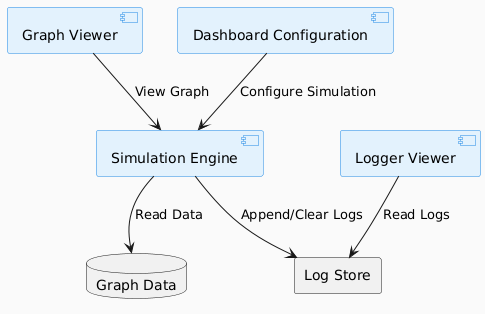
Before: Meilenstein_3_4_Endabgabe/subfiles/Entwicklung_und_Dimensionierung_subfiles/Informatik_subfiles/fig_Simulation/SimulatorKomponentenDiagramm.png, a diagram exported from PlantUML (JulesBischof/PREN1_Doku). Its diagram source:
```plantuml
@startuml
skinparam componentStyle uml
skinparam backgroundColor #FAFAFA
skinparam component {
    BackgroundColor #E3F2FD
    BorderColor #1E88E5
    FontColor black
    FontSize 14
}

component "Graph Viewer" as GraphViewer
component "Dashboard Configuration" as DashboardConfig
component "Logger Viewer" as LoggerViewer
component "Simulation Engine" as SimulationEngine

database "Graph Data" as GraphData
rectangle "Log Store" as LogStore

GraphViewer --> SimulationEngine : View Graph
DashboardConfig --> SimulationEngine : Configure Simulation
SimulationEngine --> GraphData : Read Data
SimulationEngine --> LogStore : Append/Clear Logs
LoggerViewer --> LogStore : Read Logs
@enduml
```
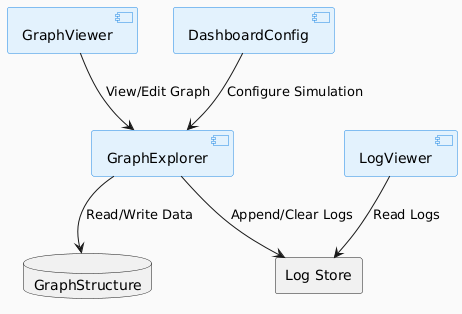
After the change.

Commit message:
updating diagramm to fit names to code

Diff of the diagram source:
```diff
@@ -8,17 +8,17 @@
     FontSize 14
 }
 
-component "Graph Viewer" as GraphViewer
-component "Dashboard Configuration" as DashboardConfig
-component "Logger Viewer" as LoggerViewer
-component "Simulation Engine" as SimulationEngine
+component "GraphViewer" as GraphViewer
+component "DashboardConfig" as DashboardConfig
+component "LogViewer" as LogViewer
+component "GraphExplorer" as GraphExplorer
 
-database "Graph Data" as GraphData
+database "GraphStructure" as GraphStructure
 rectangle "Log Store" as LogStore
 
-GraphViewer --> SimulationEngine : View Graph
-DashboardConfig --> SimulationEngine : Configure Simulation
-SimulationEngine --> GraphData : Read Data
-SimulationEngine --> LogStore : Append/Clear Logs
-LoggerViewer --> LogStore : Read Logs
+GraphViewer --> GraphExplorer : View/Edit Graph
+DashboardConfig --> GraphExplorer : Configure Simulation
+GraphExplorer --> GraphStructure : Read/Write Data
+GraphExplorer --> LogStore : Append/Clear Logs
+LogViewer --> LogStore : Read Logs
 @enduml
```
